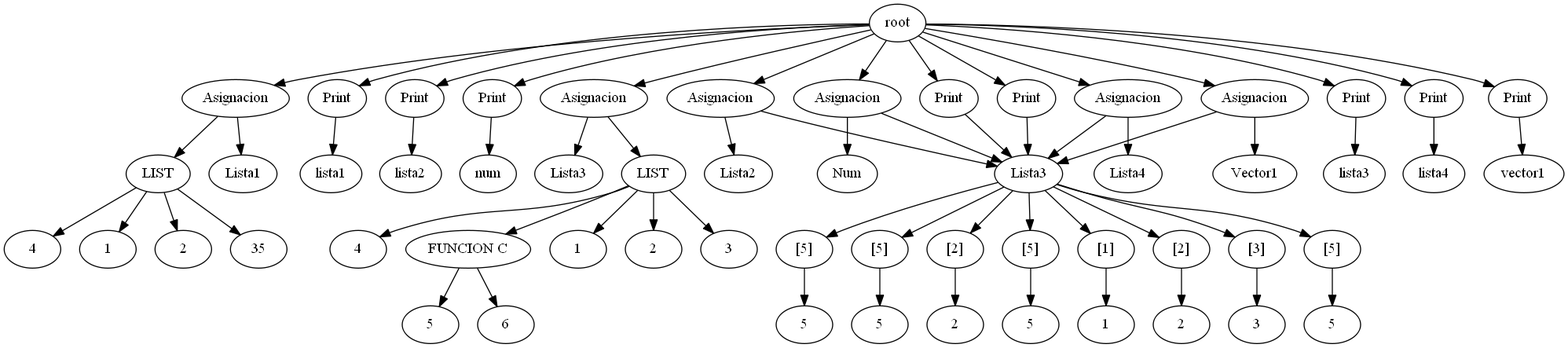
Above: SoftwareArit/AST.png in EverChicas/ARIT (Graphviz), before the change. Its source is kept beside it as SoftwareArit/AST.dot.
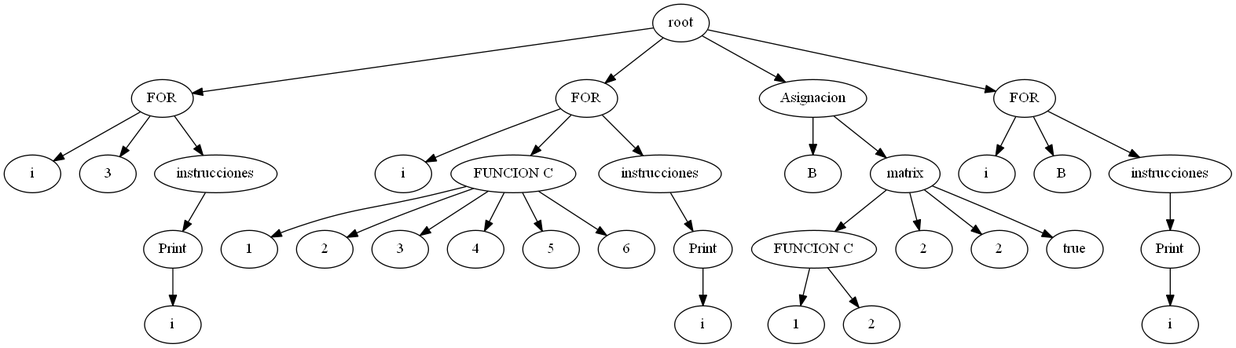
The same diagram one commit later.

Commit message:
list, parcial y for inicio

Diff of the diagram source:
```diff
@@ -1,133 +1,78 @@
 digraph G{
 rankir=TD;
-56 [label = "root"];
-6 [label = "Lista1"];
-7 [label = "Asignacion"];
-7 -> 6;
-5[label = "LIST"];
-1 [label = "1"];
-2 [label = "2"];
-3 [label = "35"];
-4 [label = "4"];
-5 -> 1;
-5 -> 2;
-5 -> 3;
+34 [label = "root"];
+1 [label = "i"];
+6 [label = "FOR"];
+6 -> 1;
+2 [label = "3"];
+6 [label = "FOR"];
+6 -> 2;
+5[label = "instrucciones"];
+3 [label = "i"];
+4 [label = "Print"];
+4 -> 3;
 5 -> 4;
-7 [label = "Asignacion"];
-7 -> 5;
-8 [label = "lista1"];
-9 [label = "Print"];
-9 -> 8;
-12 [label = "Lista2"];
-13 [label = "Asignacion"];
-13 -> 12;
-null[label = "Lista1"];
-10 [label = "2"];
-11 [label = "[2]"];
-11 -> 10;
-null -> 11;
-13 [label = "Asignacion"];
-13 -> null;
-14 [label = "lista2"];
-15 [label = "Print"];
-15 -> 14;
-18 [label = "Num"];
-19 [label = "Asignacion"];
-19 -> 18;
-null[label = "Lista1"];
-16 [label = "3"];
-17 [label = "[3]"];
+6 [label = "FOR"];
+6 -> 5;
+7 [label = "i"];
+18 [label = "FOR"];
+18 -> 7;
+14[label = "FUNCION C"];
+8 [label = "1"];
+9 [label = "2"];
+10 [label = "3"];
+11 [label = "4"];
+12 [label = "5"];
+13 [label = "6"];
+14 -> 8;
+14 -> 9;
+14 -> 10;
+14 -> 11;
+14 -> 12;
+14 -> 13;
+18 [label = "FOR"];
+18 -> 14;
+17[label = "instrucciones"];
+15 [label = "i"];
+16 [label = "Print"];
+16 -> 15;
 17 -> 16;
-null -> 17;
-19 [label = "Asignacion"];
-19 -> null;
-20 [label = "num"];
-21 [label = "Print"];
+18 [label = "FOR"];
+18 -> 17;
+26 [label = "B"];
+27 [label = "Asignacion"];
+27 -> 26;
+25[label = "matrix"];
+21[label = "FUNCION C"];
+19 [label = "1"];
+20 [label = "2"];
+21 -> 19;
 21 -> 20;
-30 [label = "Lista3"];
-31 [label = "Asignacion"];
+22 [label = "2"];
+23 [label = "2"];
+24 [label = "true"];
+25 -> 21;
+25 -> 22;
+25 -> 23;
+25 -> 24;
+27 [label = "Asignacion"];
+27 -> 25;
+28 [label = "i"];
+33 [label = "FOR"];
+33 -> 28;
+29 [label = "B"];
+33 [label = "FOR"];
+33 -> 29;
+32[label = "instrucciones"];
+30 [label = "i"];
+31 [label = "Print"];
 31 -> 30;
-29[label = "LIST"];
-22 [label = "1"];
-23 [label = "2"];
-24 [label = "3"];
-25 [label = "4"];
-28[label = "FUNCION C"];
-26 [label = "5"];
-27 [label = "6"];
-28 -> 26;
-28 -> 27;
-29 -> 22;
-29 -> 23;
-29 -> 24;
-29 -> 25;
-29 -> 28;
-31 [label = "Asignacion"];
-31 -> 29;
-32 [label = "lista3"];
-33 [label = "Print"];
+32 -> 31;
+33 [label = "FOR"];
 33 -> 32;
-36 [label = "Lista4"];
-37 [label = "Asignacion"];
-37 -> 36;
-null[label = "Lista3"];
-34 [label = "5"];
-35 [label = "[5]"];
-35 -> 34;
-null -> 35;
-37 [label = "Asignacion"];
-37 -> null;
-38 [label = "lista4"];
-39 [label = "Print"];
-39 -> 38;
-42 [label = "Vector1"];
-43 [label = "Asignacion"];
-43 -> 42;
-null[label = "Lista3"];
-40 [label = "5"];
-41 [label = "[5]"];
-41 -> 40;
-null -> 41;
-43 [label = "Asignacion"];
-43 -> null;
-44 [label = "vector1"];
-45 [label = "Print"];
-45 -> 44;
-null[label = "Lista3"];
-46 [label = "5"];
-47 [label = "[5]"];
-47 -> 46;
-48 [label = "2"];
-49 [label = "[2]"];
-49 -> 48;
-null -> 47;
-null -> 49;
-50 [label = "Print"];
-50 -> null;
-null[label = "Lista3"];
-51 [label = "5"];
-52 [label = "[5]"];
-52 -> 51;
-53 [label = "1"];
-54 [label = "[1]"];
-54 -> 53;
-null -> 52;
-null -> 54;
-55 [label = "Print"];
-55 -> null;
-56 -> 7;
-56 -> 9;
-56 -> 13;
-56 -> 15;
-56 -> 19;
-56 -> 21;
-56 -> 31;
-56 -> 33;
-56 -> 37;
-56 -> 39;
-56 -> 43;
-56 -> 45;
-56 -> 50;
-56 -> 55;
+34 -> 6;
+34 -> 18;
+34 -> 27;
+34 -> 33;
 
 }
```
